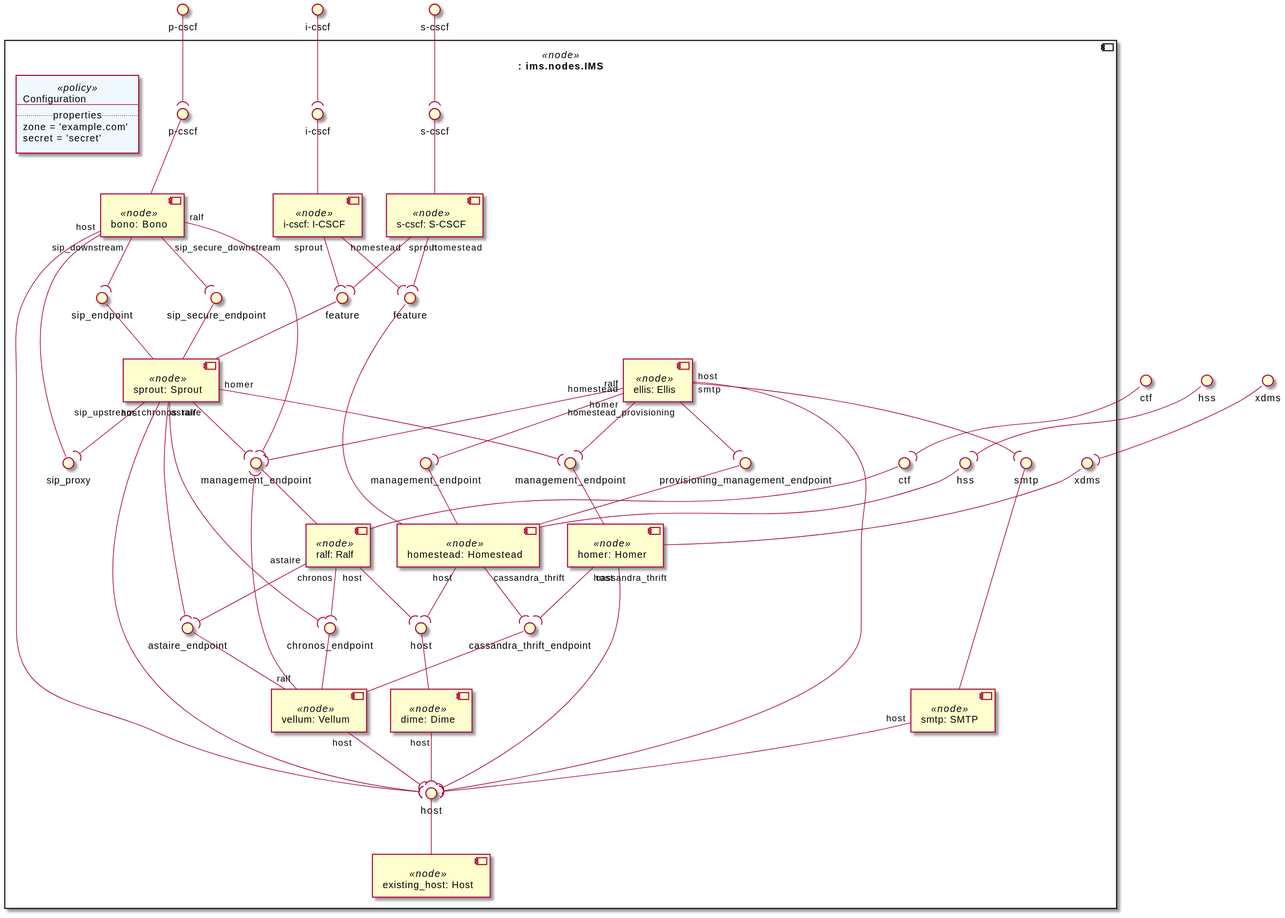
Above: examples/ariatosca/diagrams/uml2/clearwater-single-existing-1.0-uml2-component-diagram1.svg in Orange-OpenSource/Cloudnet-TOSCA-toolbox (PlantUML), before the change.
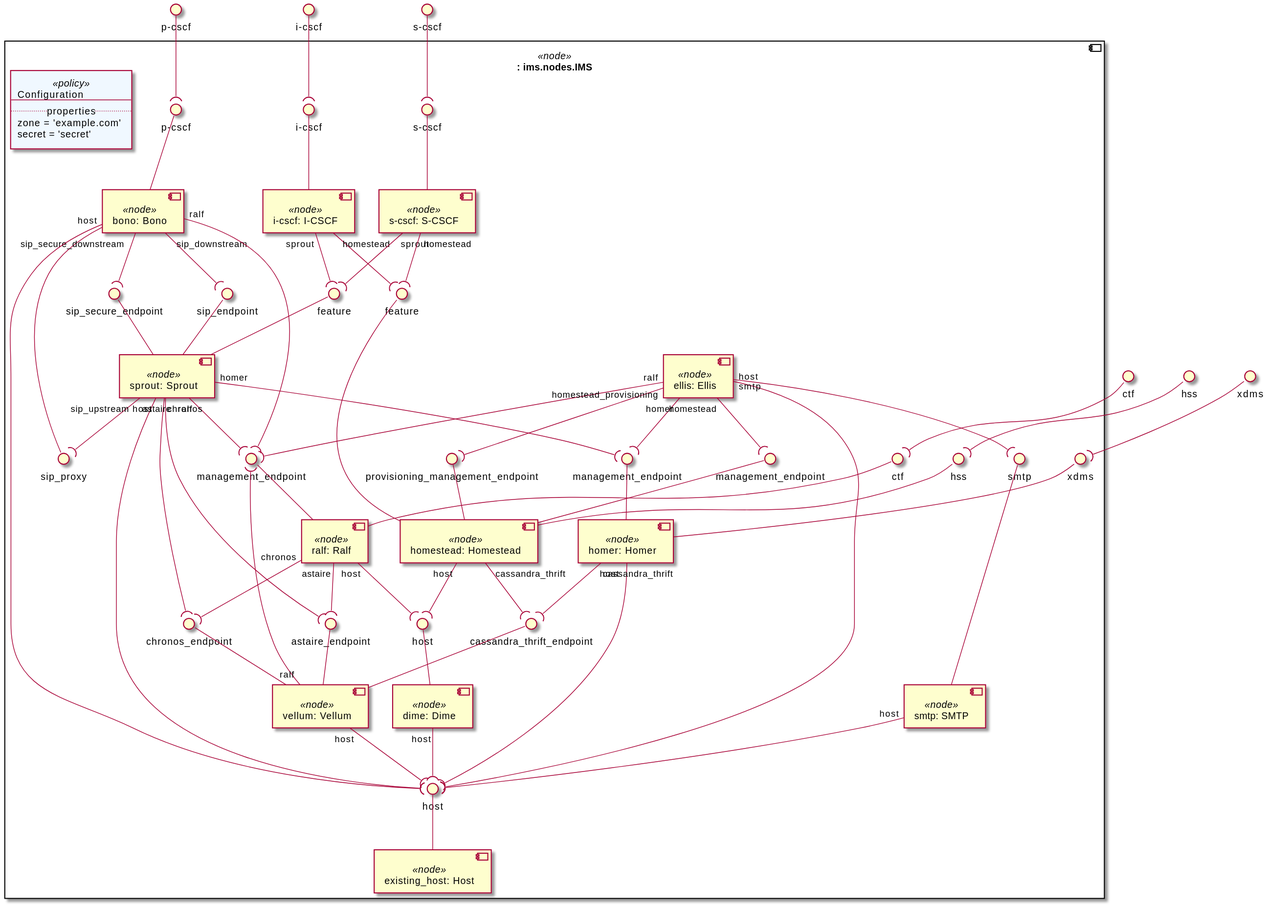
After the commit.

The edit, as a diff of the source:
```diff
@@ -15,32 +15,32 @@
 node_bono_p_cscf -- node_bono
 
 component "sprout: Sprout" <<node>> as node_sprout
+interface "sip_secure_endpoint" as node_sprout_sip_secure_endpoint
+node_sprout_sip_secure_endpoint -- node_sprout
 interface "feature" as node_sprout_feature
 node_sprout_feature -- node_sprout
 interface "sip_endpoint" as node_sprout_sip_endpoint
 node_sprout_sip_endpoint -- node_sprout
-interface "sip_secure_endpoint" as node_sprout_sip_secure_endpoint
-node_sprout_sip_secure_endpoint -- node_sprout
 
 component "dime: Dime" <<node>> as node_dime
 interface "host" as node_dime_host
 node_dime_host -- node_dime
 
 component "homestead: Homestead" <<node>> as node_homestead
-interface "hss" as node_homestead_hss
-node_homestead_hss -- node_homestead
-interface "management_endpoint" as node_homestead_management_endpoint
-node_homestead_management_endpoint -- node_homestead
 interface "provisioning_management_endpoint" as node_homestead_provisioning_management_endpoint
 node_homestead_provisioning_management_endpoint -- node_homestead
 interface "feature" as node_homestead_feature
 node_homestead_feature -- node_homestead
+interface "management_endpoint" as node_homestead_management_endpoint
+node_homestead_management_endpoint -- node_homestead
+interface "hss" as node_homestead_hss
+node_homestead_hss -- node_homestead
 
 component "ralf: Ralf" <<node>> as node_ralf
+interface "management_endpoint" as node_ralf_management_endpoint
+node_ralf_management_endpoint -- node_ralf
 interface "ctf" as node_ralf_ctf
 node_ralf_ctf -- node_ralf
-interface "management_endpoint" as node_ralf_management_endpoint
-node_ralf_management_endpoint -- node_ralf
 
 component "homer: Homer" <<node>> as node_homer
 interface "xdms" as node_homer_xdms
@@ -49,12 +49,12 @@
 node_homer_management_endpoint -- node_homer
 
 component "vellum: Vellum" <<node>> as node_vellum
+interface "astaire_endpoint" as node_vellum_astaire_endpoint
+node_vellum_astaire_endpoint -- node_vellum
+interface "cassandra_thrift_endpoint" as node_vellum_cassandra_thrift_endpoint
+node_vellum_cassandra_thrift_endpoint -- node_vellum
 interface "chronos_endpoint" as node_vellum_chronos_endpoint
 node_vellum_chronos_endpoint -- node_vellum
-interface "cassandra_thrift_endpoint" as node_vellum_cassandra_thrift_endpoint
-node_vellum_cassandra_thrift_endpoint -- node_vellum
-interface "astaire_endpoint" as node_vellum_astaire_endpoint
-node_vellum_astaire_endpoint -- node_vellum
 
 component "i-cscf: I-CSCF" <<node>> as node_i_cscf
 interface "i-cscf" as node_i_cscf_i_cscf
```
